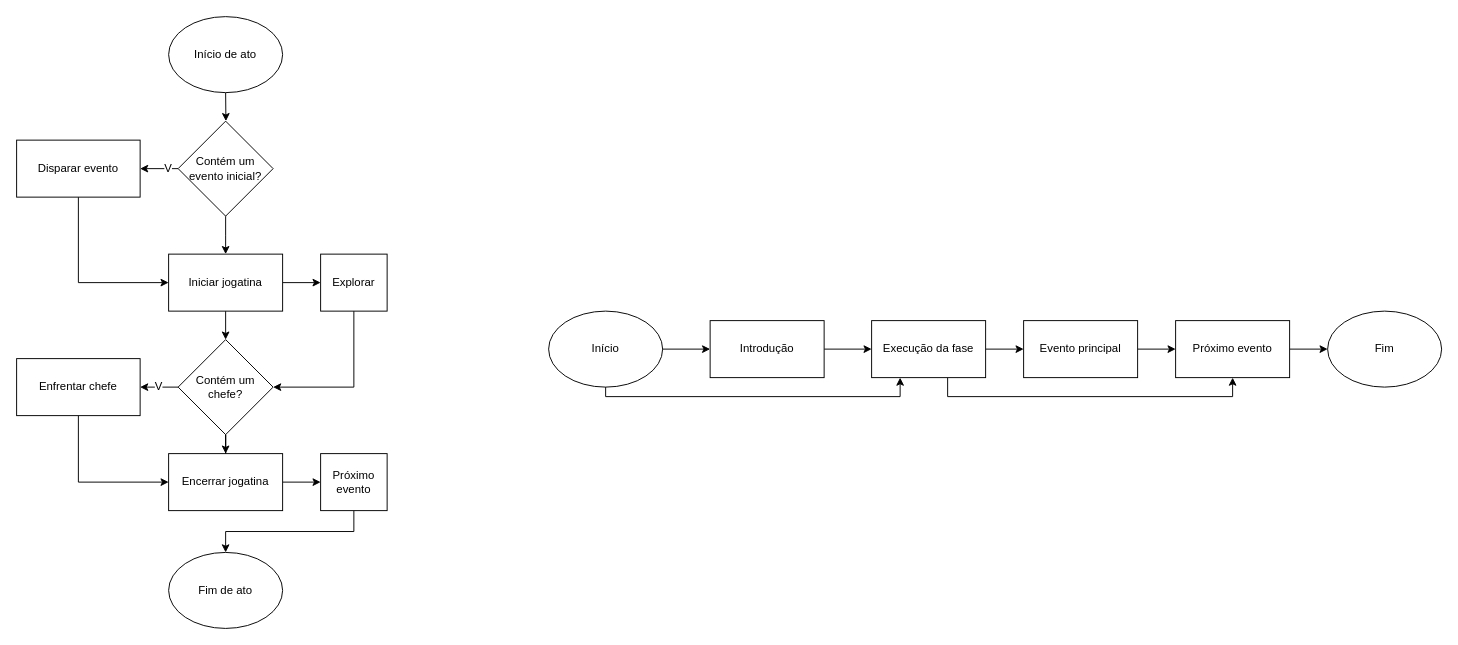
Before: DiagramaDeAtos.drawio in Andreas-Atomphi/aural-thorns-diagrams, a draw.io diagram. Source tidied: cells renumbered, new cells numbered last; positions are measured from the earlier drawing's top-left corner, leaving out a move shared by most shapes. Both pictures are drawn from the tidied source at 95%, with x=0, y=0 at pixel (16, 16).
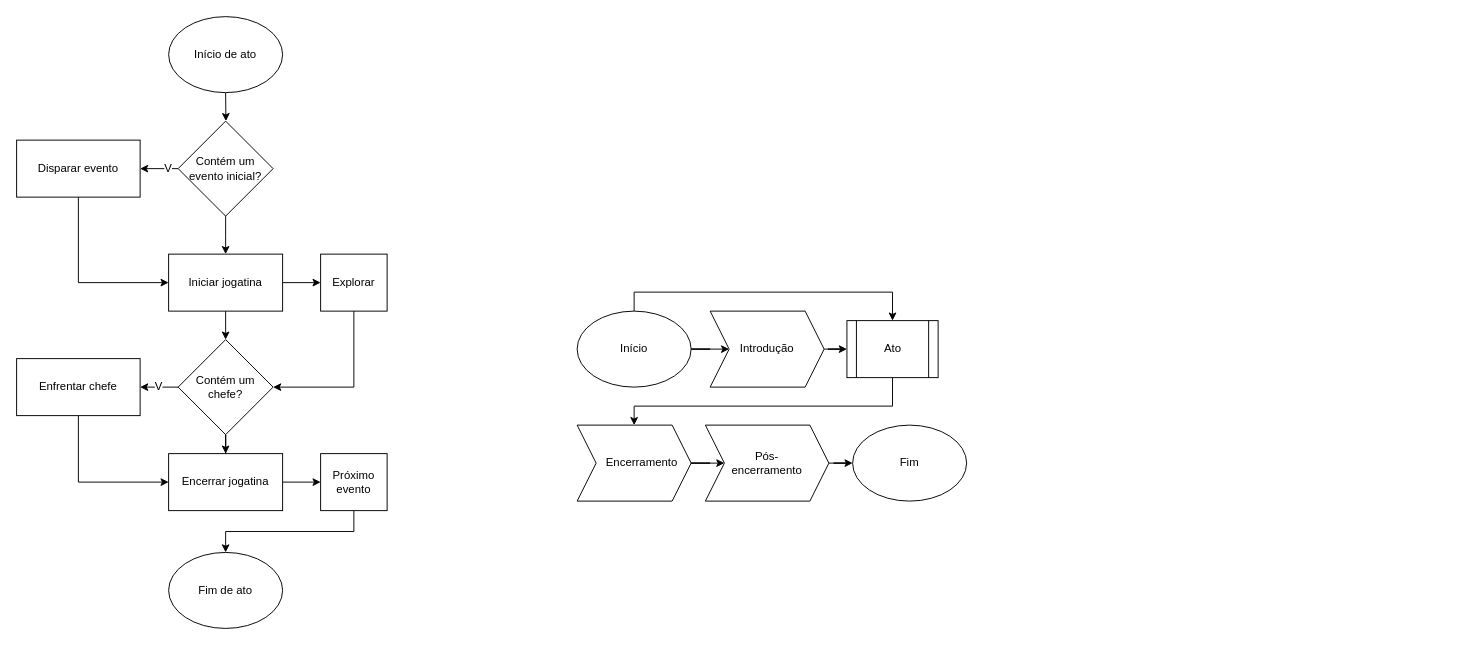
Above is the later version.

The edit, as a diff of the source:
```diff
@@
+    <mxCell id="39" style="edgeStyle=orthogonalEdgeStyle;rounded=0;jettySize=auto;html=1;exitX=0.5;exitY=0;exitDx=0;exitDy=0;entryX=0.5;entryY=0;entryDx=0;entryDy=0;" parent="1" edge="1" source="28" target="42">
+      <mxGeometry relative="1" as="geometry" />
+    </mxCell>
-    <mxCell id="26" style="edgeStyle=orthogonalEdgeStyle;rounded=0;jettySize=auto;html=1;exitX=1;exitY=0.5;exitDx=0;exitDy=0;entryX=0;entryY=0.5;entryDx=0;entryDy=0;" parent="1" edge="1" source="28" target="30">
+    <mxCell id="26" style="edgeStyle=orthogonalEdgeStyle;rounded=0;jettySize=auto;html=1;" parent="1" edge="1" source="28" target="30">
       <mxGeometry relative="1" as="geometry" />
     </mxCell>
-    <mxCell id="27" style="edgeStyle=orthogonalEdgeStyle;rounded=0;jettySize=auto;html=1;entryX=0.25;entryY=1;entryDx=0;entryDy=0;" parent="1" edge="1" source="28" target="33">
-      <mxGeometry relative="1" as="geometry">
-        <Array as="points">
-          <mxPoint x="620" y="400" />
-          <mxPoint x="930" y="400" />
-        </Array>
-      </mxGeometry>
-    </mxCell>
     <mxCell id="28" value="Início" style="ellipse;whiteSpace=wrap;html=1;" parent="1" vertex="1">
-      <mxGeometry x="560" y="310" width="120" height="80" as="geometry" />
+      <mxGeometry x="590" y="310" width="120" height="80" as="geometry" />
     </mxCell>
-    <mxCell id="29" style="edgeStyle=orthogonalEdgeStyle;rounded=0;jettySize=auto;html=1;exitX=1;exitY=0.5;exitDx=0;exitDy=0;entryX=0;entryY=0.5;entryDx=0;entryDy=0;" parent="1" edge="1" source="30" target="33">
-      <mxGeometry relative="1" as="geometry" />
-    </mxCell>
+    <mxCell id="38" value="&lt;div&gt;Fim&lt;/div&gt;" style="ellipse;whiteSpace=wrap;html=1;" parent="1" vertex="1">
+      <mxGeometry x="880" y="430" width="120" height="80" as="geometry" />
+    </mxCell>
+    <mxCell id="40" style="edgeStyle=orthogonalEdgeStyle;rounded=0;jettySize=auto;html=1;" parent="1" edge="1" source="30" target="42">
+      <mxGeometry relative="1" as="geometry" />
+    </mxCell>
-    <mxCell id="30" value="Introdução" style="rounded=0;whiteSpace=wrap;html=1;" parent="1" vertex="1">
-      <mxGeometry x="730" y="320" width="120" height="60" as="geometry" />
+    <mxCell id="30" value="Introdução" style="shape=step;perimeter=stepPerimeter;whiteSpace=wrap;html=1;fixedSize=1;" parent="1" vertex="1">
+      <mxGeometry x="730" y="310" width="120" height="80" as="geometry" />
     </mxCell>
-    <mxCell id="31" style="edgeStyle=orthogonalEdgeStyle;rounded=0;jettySize=auto;html=1;" parent="1" edge="1" source="33" target="35">
-      <mxGeometry relative="1" as="geometry" />
-    </mxCell>
-    <mxCell id="32" style="edgeStyle=orthogonalEdgeStyle;rounded=0;jettySize=auto;html=1;entryX=0.5;entryY=1;entryDx=0;entryDy=0;" parent="1" edge="1" source="33" target="37">
-      <mxGeometry relative="1" as="geometry">
-        <Array as="points">
-          <mxPoint x="980" y="400" />
-          <mxPoint x="1280" y="400" />
-        </Array>
-      </mxGeometry>
-    </mxCell>
-    <mxCell id="33" value="Execução da fase" style="rounded=0;whiteSpace=wrap;html=1;" parent="1" vertex="1">
-      <mxGeometry x="900" y="320" width="120" height="60" as="geometry" />
-    </mxCell>
-    <mxCell id="34" style="edgeStyle=orthogonalEdgeStyle;rounded=0;jettySize=auto;html=1;" parent="1" edge="1" source="35" target="37">
-      <mxGeometry relative="1" as="geometry" />
-    </mxCell>
-    <mxCell id="35" value="Evento principal" style="rounded=0;whiteSpace=wrap;html=1;" parent="1" vertex="1">
-      <mxGeometry x="1060" y="320" width="120" height="60" as="geometry" />
-    </mxCell>
-    <mxCell id="36" style="edgeStyle=orthogonalEdgeStyle;rounded=0;jettySize=auto;html=1;" parent="1" edge="1" source="37" target="38">
-      <mxGeometry relative="1" as="geometry" />
-    </mxCell>
-    <mxCell id="37" value="Próximo evento" style="rounded=0;whiteSpace=wrap;html=1;" parent="1" vertex="1">
-      <mxGeometry x="1220" y="320" width="120" height="60" as="geometry" />
-    </mxCell>
-    <mxCell id="38" value="&lt;div&gt;Fim&lt;/div&gt;" style="ellipse;whiteSpace=wrap;html=1;" parent="1" vertex="1">
-      <mxGeometry x="1380" y="310" width="120" height="80" as="geometry" />
-    </mxCell>
+    <mxCell id="41" style="edgeStyle=orthogonalEdgeStyle;rounded=0;jettySize=auto;html=1;" parent="1" edge="1" source="42" target="45">
+      <mxGeometry relative="1" as="geometry">
+        <Array as="points">
+          <mxPoint x="922" y="410" />
+          <mxPoint x="650" y="410" />
+        </Array>
+      </mxGeometry>
+    </mxCell>
+    <mxCell id="42" value="Ato" style="shape=process;whiteSpace=wrap;html=1;backgroundOutline=1;" parent="1" vertex="1">
+      <mxGeometry x="874" y="320" width="96" height="60" as="geometry" />
+    </mxCell>
+    <mxCell id="43" style="edgeStyle=orthogonalEdgeStyle;rounded=0;jettySize=auto;html=1;" parent="1" edge="1" source="46" target="38">
+      <mxGeometry relative="1" as="geometry" />
+    </mxCell>
+    <mxCell id="44" style="edgeStyle=orthogonalEdgeStyle;rounded=0;jettySize=auto;html=1;exitX=1;exitY=0.5;exitDx=0;exitDy=0;" parent="1" edge="1" source="45" target="46">
+      <mxGeometry relative="1" as="geometry" />
+    </mxCell>
+    <mxCell id="45" value="&amp;nbsp;&amp;nbsp;&amp;nbsp;&amp;nbsp; Encerramento" style="shape=step;perimeter=stepPerimeter;whiteSpace=wrap;html=1;fixedSize=1;align=center;" parent="1" vertex="1">
+      <mxGeometry x="590" y="430" width="120" height="80" as="geometry" />
+    </mxCell>
+    <mxCell id="46" value="Pós-&#10;encerramento" style="shape=step;perimeter=stepPerimeter;fixedSize=1;align=center;labelBackgroundColor=none;labelBorderColor=none;whiteSpace=wrap;" parent="1" vertex="1">
+      <mxGeometry x="725" y="430" width="130" height="80" as="geometry" />
+    </mxCell>
```
